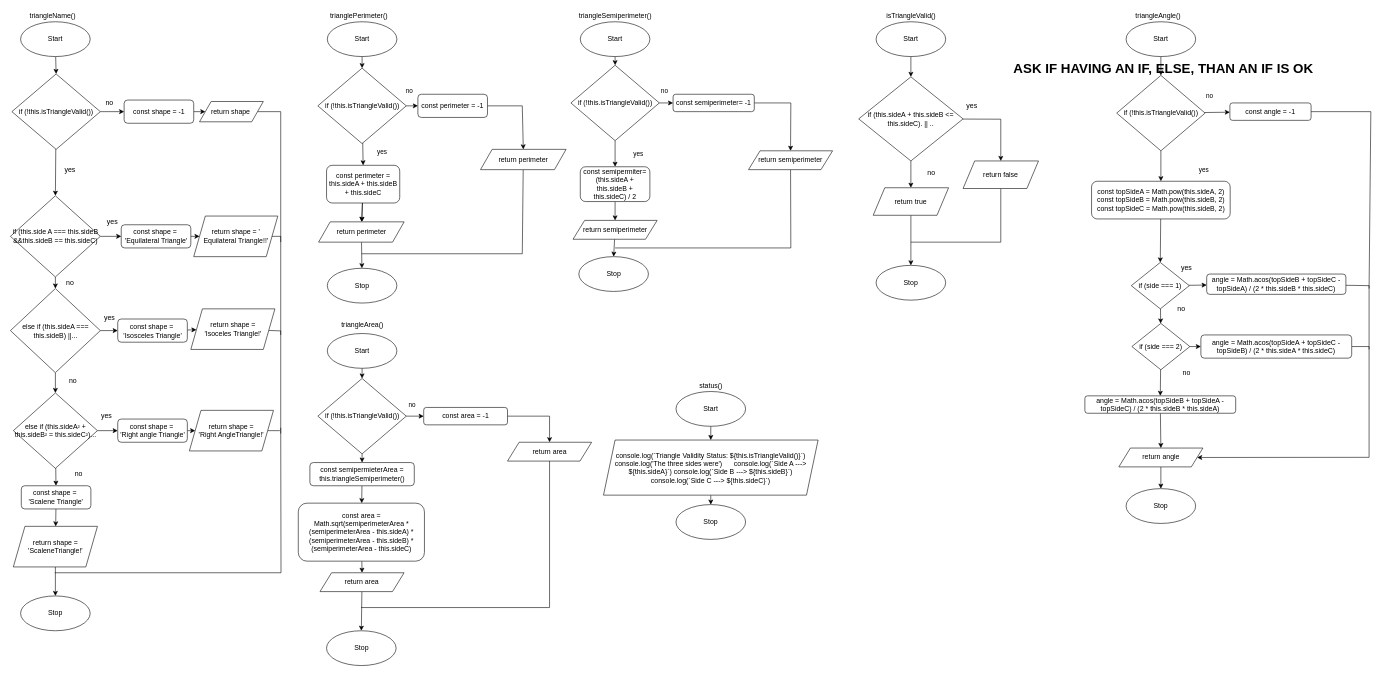
This is Drawio/Flowchart.drawio from JacksonNaufal/ics4u-assignment-3-typescript, a draw.io file, before an edit. Source tidied: cells renumbered, new cells numbered last; positions are measured from the earlier drawing's top-left corner, leaving out a move shared by most shapes. Both pictures are drawn from the tidied source at 58%, with x=0, y=0 at pixel (10, 10).
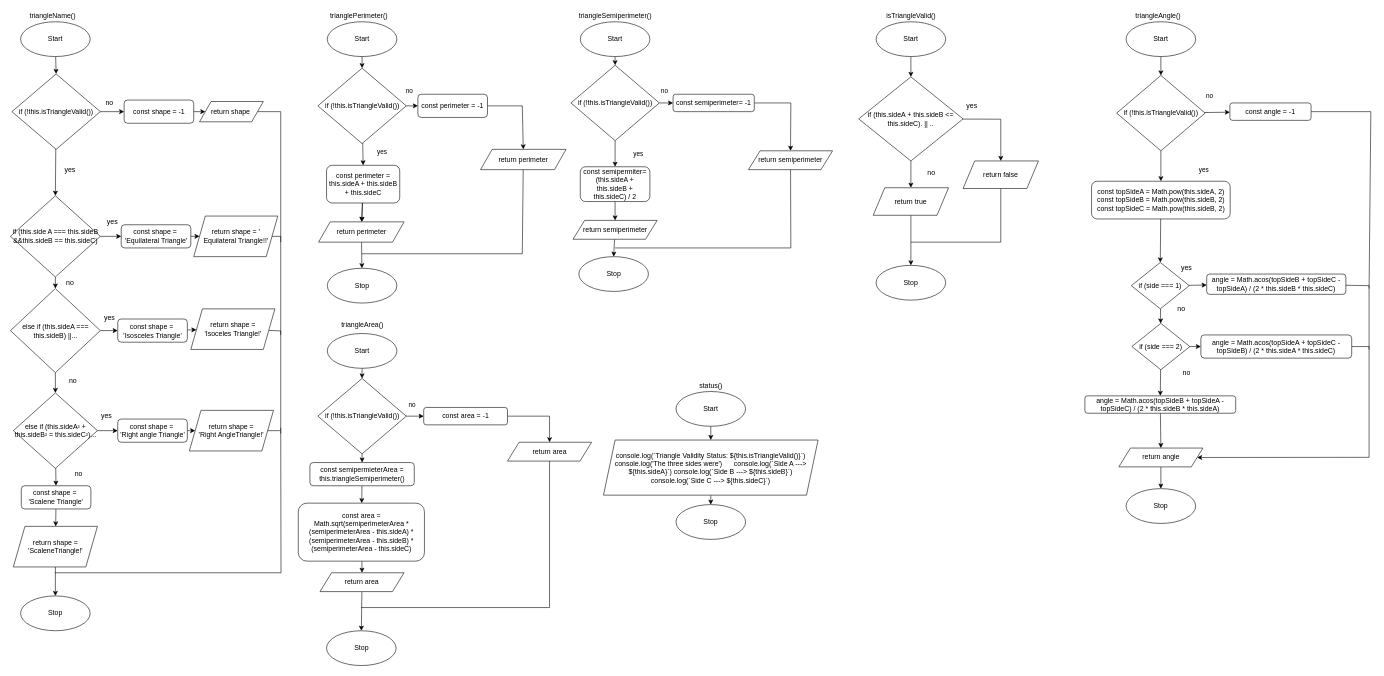
Above is the later version.

Change to the diagram source:
```diff
@@
-    <mxCell id="149" value="&lt;font style=&quot;font-size: 23px&quot;&gt;&lt;b&gt;ASK IF HAVING AN IF, ELSE, THAN AN IF IS OK&lt;/b&gt;&lt;/font&gt;" style="text;html=1;align=center;verticalAlign=middle;strokeColor=none;fillColor=none;fontSize=11;" parent="1" vertex="1">
-      <mxGeometry x="1722" y="90" width="530" height="20" as="geometry" />
-    </mxCell>
```
